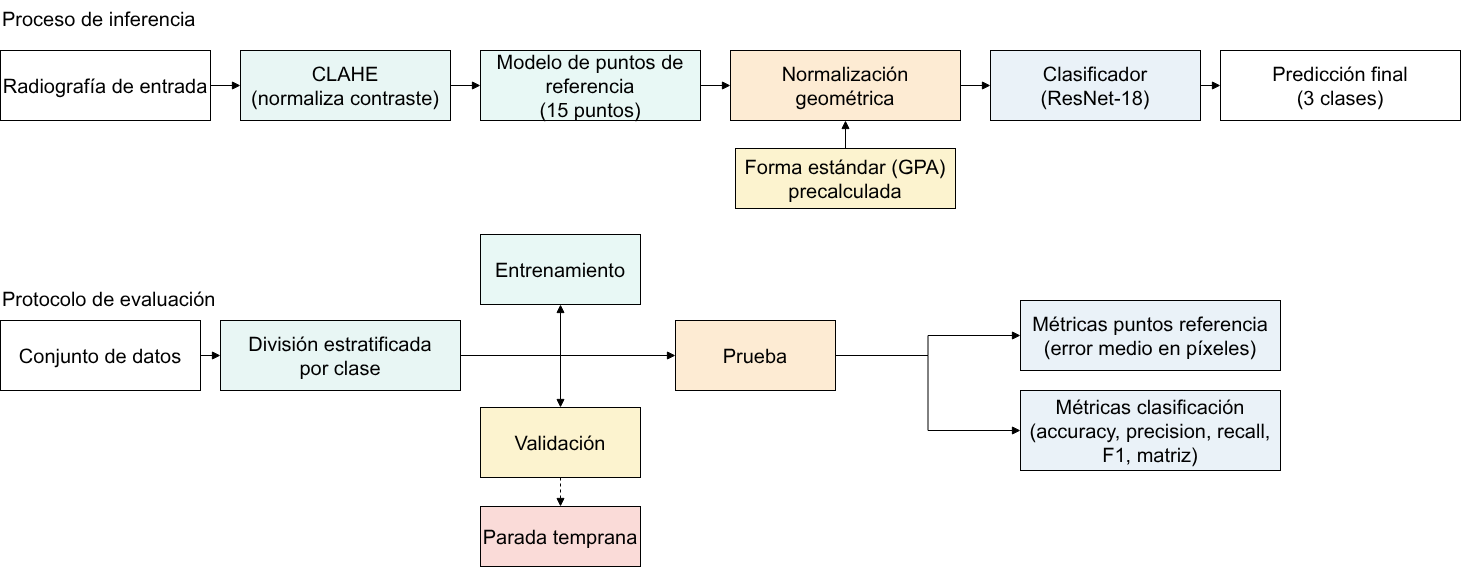
Above: docs/Tesis/Figures/F4.15_flujo_inferencia_evaluacion.png in Rhaink/prediccion_warping_clasificacion (draw.io), before the change. Source tidied: cells renumbered, new cells last; positions are measured from the earlier drawing's top-left corner, leaving out a move shared by most shapes.
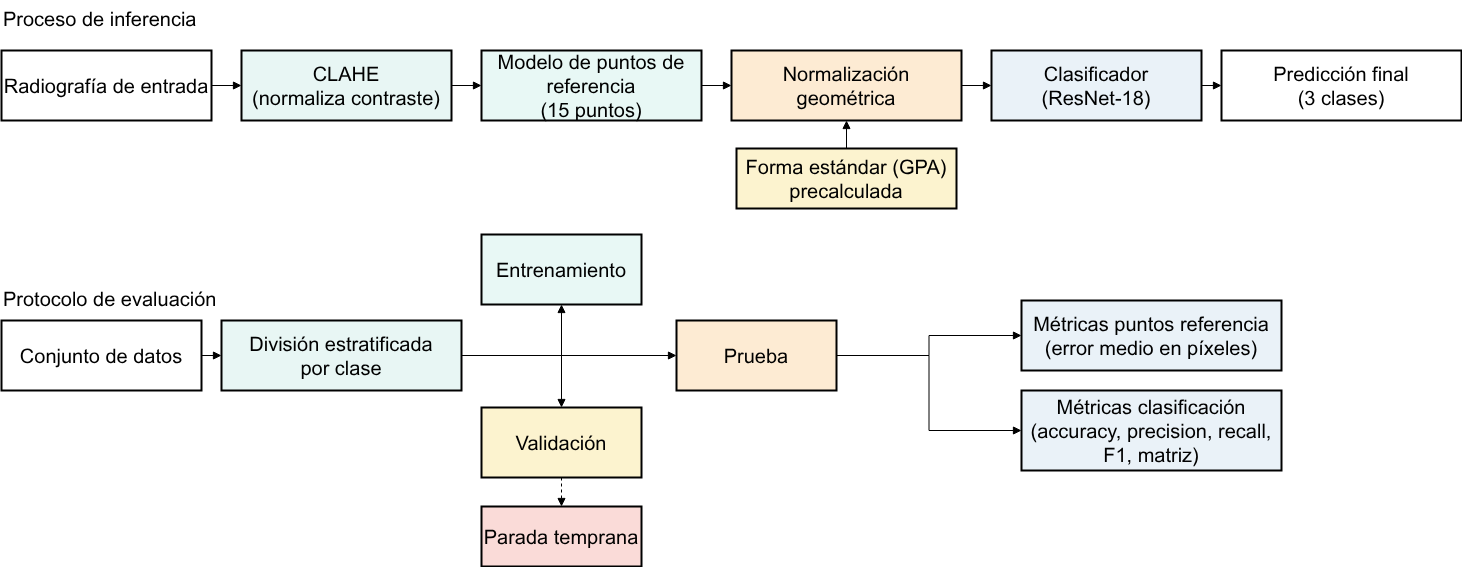
The same file after the commit.

What changed in the source:
```diff
@@ -5,52 +5,52 @@
     <mxCell id="2" value="&lt;font style=&quot;font-size: 20px;&quot;&gt;Proceso de inferencia&lt;/font&gt;" style="text;html=1;strokeColor=none;fillColor=none;" parent="1" vertex="1">
       <mxGeometry width="200" height="20" as="geometry" />
     </mxCell>
-    <mxCell id="3" value="&lt;font style=&quot;&quot;&gt;&lt;font style=&quot;font-size: 20px;&quot;&gt;Radiografía de entrada&lt;/font&gt;&lt;br&gt;&lt;/font&gt;" style="rounded=0;whiteSpace=wrap;html=1;strokeColor=#000000;fillColor=#FFFFFF;" parent="1" vertex="1">
+    <mxCell id="3" value="&lt;font style=&quot;&quot;&gt;&lt;font style=&quot;font-size: 20px;&quot;&gt;Radiografía de entrada&lt;/font&gt;&lt;br&gt;&lt;/font&gt;" style="rounded=0;whiteSpace=wrap;html=1;strokeColor=#000000;fillColor=#FFFFFF;strokeWidth=2;" parent="1" vertex="1">
       <mxGeometry y="50" width="210" height="70" as="geometry" />
     </mxCell>
-    <mxCell id="4" value="&lt;font style=&quot;font-size: 20px;&quot;&gt;CLAHE&lt;br&gt;(normaliza contraste)&lt;/font&gt;" style="rounded=0;whiteSpace=wrap;html=1;strokeColor=#000000;fillColor=#E8F6F4;" parent="1" vertex="1">
+    <mxCell id="4" value="&lt;font style=&quot;font-size: 20px;&quot;&gt;CLAHE&lt;br&gt;(normaliza contraste)&lt;/font&gt;" style="rounded=0;whiteSpace=wrap;html=1;strokeColor=#000000;fillColor=#E8F6F4;strokeWidth=2;" parent="1" vertex="1">
       <mxGeometry x="240" y="50" width="210" height="70" as="geometry" />
     </mxCell>
-    <mxCell id="5" value="&lt;font style=&quot;font-size: 20px;&quot;&gt;Modelo de puntos de referencia&lt;br&gt;(15 puntos)&lt;/font&gt;" style="rounded=0;whiteSpace=wrap;html=1;strokeColor=#000000;fillColor=#E8F8F5;" parent="1" vertex="1">
+    <mxCell id="5" value="&lt;font style=&quot;font-size: 20px;&quot;&gt;Modelo de puntos de referencia&lt;br&gt;(15 puntos)&lt;/font&gt;" style="rounded=0;whiteSpace=wrap;html=1;strokeColor=#000000;fillColor=#E8F8F5;strokeWidth=2;" parent="1" vertex="1">
       <mxGeometry x="480" y="50" width="220" height="70" as="geometry" />
     </mxCell>
-    <mxCell id="6" value="&lt;font style=&quot;&quot;&gt;&lt;font style=&quot;font-size: 20px;&quot;&gt;Normalización geométrica&lt;/font&gt;&lt;br&gt;&lt;/font&gt;" style="rounded=0;whiteSpace=wrap;html=1;strokeColor=#000000;fillColor=#FDEBD3;" parent="1" vertex="1">
+    <mxCell id="6" value="&lt;font style=&quot;&quot;&gt;&lt;font style=&quot;font-size: 20px;&quot;&gt;Normalización geométrica&lt;/font&gt;&lt;br&gt;&lt;/font&gt;" style="rounded=0;whiteSpace=wrap;html=1;strokeColor=#000000;fillColor=#FDEBD3;strokeWidth=2;" parent="1" vertex="1">
       <mxGeometry x="730" y="50" width="230" height="70" as="geometry" />
     </mxCell>
-    <mxCell id="7" value="&lt;font style=&quot;font-size: 20px;&quot;&gt;Clasificador&lt;br&gt;(ResNet-18)&lt;/font&gt;" style="rounded=0;whiteSpace=wrap;html=1;strokeColor=#000000;fillColor=#EAF2F8;" parent="1" vertex="1">
+    <mxCell id="7" value="&lt;font style=&quot;font-size: 20px;&quot;&gt;Clasificador&lt;br&gt;(ResNet-18)&lt;/font&gt;" style="rounded=0;whiteSpace=wrap;html=1;strokeColor=#000000;fillColor=#EAF2F8;strokeWidth=2;" parent="1" vertex="1">
       <mxGeometry x="990" y="50" width="210" height="70" as="geometry" />
     </mxCell>
-    <mxCell id="8" value="&lt;font style=&quot;font-size: 20px;&quot;&gt;Predicción final&lt;br&gt;(3 clases)&lt;/font&gt;" style="rounded=0;whiteSpace=wrap;html=1;strokeColor=#000000;fillColor=#FFFFFF;" parent="1" vertex="1">
+    <mxCell id="8" value="&lt;font style=&quot;font-size: 20px;&quot;&gt;Predicción final&lt;br&gt;(3 clases)&lt;/font&gt;" style="rounded=0;whiteSpace=wrap;html=1;strokeColor=#000000;fillColor=#FFFFFF;strokeWidth=2;" parent="1" vertex="1">
       <mxGeometry x="1220" y="50" width="240" height="70" as="geometry" />
     </mxCell>
-    <mxCell id="9" value="&lt;font style=&quot;font-size: 20px;&quot;&gt;Forma estándar (GPA)&lt;br&gt;precalculada&lt;/font&gt;" style="rounded=0;whiteSpace=wrap;html=1;strokeColor=#000000;fillColor=#FCF3CF;" parent="1" vertex="1">
+    <mxCell id="9" value="&lt;font style=&quot;font-size: 20px;&quot;&gt;Forma estándar (GPA)&lt;br&gt;precalculada&lt;/font&gt;" style="rounded=0;whiteSpace=wrap;html=1;strokeColor=#000000;fillColor=#FCF3CF;strokeWidth=2;" parent="1" vertex="1">
       <mxGeometry x="735" y="148" width="220" height="60" as="geometry" />
     </mxCell>
     <mxCell id="10" value="&lt;font style=&quot;font-size: 20px;&quot;&gt;Protocolo de evaluación&lt;/font&gt;" style="text;html=1;strokeColor=none;fillColor=none;" parent="1" vertex="1">
       <mxGeometry y="280" width="220" height="20" as="geometry" />
     </mxCell>
-    <mxCell id="11" value="&lt;font style=&quot;font-size: 20px;&quot;&gt;Conjunto de datos&lt;/font&gt;" style="rounded=0;whiteSpace=wrap;html=1;strokeColor=#000000;fillColor=#FFFFFF;" parent="1" vertex="1">
+    <mxCell id="11" value="&lt;font style=&quot;font-size: 20px;&quot;&gt;Conjunto de datos&lt;/font&gt;" style="rounded=0;whiteSpace=wrap;html=1;strokeColor=#000000;fillColor=#FFFFFF;strokeWidth=2;" parent="1" vertex="1">
       <mxGeometry y="320" width="200" height="70" as="geometry" />
     </mxCell>
-    <mxCell id="12" value="&lt;font style=&quot;font-size: 20px;&quot;&gt;División estratificada&lt;br&gt;por clase&lt;/font&gt;" style="rounded=0;whiteSpace=wrap;html=1;strokeColor=#000000;fillColor=#E8F6F4;" parent="1" vertex="1">
+    <mxCell id="12" value="&lt;font style=&quot;font-size: 20px;&quot;&gt;División estratificada&lt;br&gt;por clase&lt;/font&gt;" style="rounded=0;whiteSpace=wrap;html=1;strokeColor=#000000;fillColor=#E8F6F4;strokeWidth=2;" parent="1" vertex="1">
       <mxGeometry x="220" y="320" width="240" height="70" as="geometry" />
     </mxCell>
-    <mxCell id="13" value="&lt;font style=&quot;font-size: 20px;&quot;&gt;Entrenamiento&lt;/font&gt;" style="rounded=0;whiteSpace=wrap;html=1;strokeColor=#000000;fillColor=#E8F8F5;" parent="1" vertex="1">
+    <mxCell id="13" value="&lt;font style=&quot;font-size: 20px;&quot;&gt;Entrenamiento&lt;/font&gt;" style="rounded=0;whiteSpace=wrap;html=1;strokeColor=#000000;fillColor=#E8F8F5;strokeWidth=2;" parent="1" vertex="1">
       <mxGeometry x="480" y="234" width="160" height="70" as="geometry" />
     </mxCell>
-    <mxCell id="14" value="&lt;font style=&quot;font-size: 20px;&quot;&gt;Validación&lt;/font&gt;" style="rounded=0;whiteSpace=wrap;html=1;strokeColor=#000000;fillColor=#FCF3CF;" parent="1" vertex="1">
+    <mxCell id="14" value="&lt;font style=&quot;font-size: 20px;&quot;&gt;Validación&lt;/font&gt;" style="rounded=0;whiteSpace=wrap;html=1;strokeColor=#000000;fillColor=#FCF3CF;strokeWidth=2;" parent="1" vertex="1">
       <mxGeometry x="480" y="407" width="160" height="70" as="geometry" />
     </mxCell>
-    <mxCell id="15" value="&lt;font style=&quot;font-size: 20px;&quot;&gt;Prueba&lt;/font&gt;" style="rounded=0;whiteSpace=wrap;html=1;strokeColor=#000000;fillColor=#FDEBD3;" parent="1" vertex="1">
+    <mxCell id="15" value="&lt;font style=&quot;font-size: 20px;&quot;&gt;Prueba&lt;/font&gt;" style="rounded=0;whiteSpace=wrap;html=1;strokeColor=#000000;fillColor=#FDEBD3;strokeWidth=2;" parent="1" vertex="1">
       <mxGeometry x="675" y="320" width="160" height="70" as="geometry" />
     </mxCell>
-    <mxCell id="16" value="&lt;font style=&quot;font-size: 20px;&quot;&gt;Parada temprana&lt;/font&gt;" style="rounded=0;whiteSpace=wrap;html=1;strokeColor=#000000;fillColor=#FADBD8;" parent="1" vertex="1">
+    <mxCell id="16" value="&lt;font style=&quot;font-size: 20px;&quot;&gt;Parada temprana&lt;/font&gt;" style="rounded=0;whiteSpace=wrap;html=1;strokeColor=#000000;fillColor=#FADBD8;strokeWidth=2;" parent="1" vertex="1">
       <mxGeometry x="480" y="506" width="160" height="60" as="geometry" />
     </mxCell>
-    <mxCell id="17" value="&lt;font style=&quot;font-size: 20px;&quot;&gt;Métricas puntos referencia&lt;br&gt;(error medio en píxeles)&lt;/font&gt;" style="rounded=0;whiteSpace=wrap;html=1;strokeColor=#000000;fillColor=#EAF2F8;" parent="1" vertex="1">
+    <mxCell id="17" value="&lt;font style=&quot;font-size: 20px;&quot;&gt;Métricas puntos referencia&lt;br&gt;(error medio en píxeles)&lt;/font&gt;" style="rounded=0;whiteSpace=wrap;html=1;strokeColor=#000000;fillColor=#EAF2F8;strokeWidth=2;" parent="1" vertex="1">
       <mxGeometry x="1020" y="300" width="260" height="70" as="geometry" />
     </mxCell>
-    <mxCell id="18" value="&lt;font style=&quot;font-size: 20px;&quot;&gt;Métricas clasificación&lt;br&gt;(accuracy, precision, recall,&lt;br&gt;F1, matriz)&lt;/font&gt;" style="rounded=0;whiteSpace=wrap;html=1;strokeColor=#000000;fillColor=#EAF2F8;" parent="1" vertex="1">
+    <mxCell id="18" value="&lt;font style=&quot;font-size: 20px;&quot;&gt;Métricas clasificación&lt;br&gt;(accuracy, precision, recall,&lt;br&gt;F1, matriz)&lt;/font&gt;" style="rounded=0;whiteSpace=wrap;html=1;strokeColor=#000000;fillColor=#EAF2F8;strokeWidth=2;" parent="1" vertex="1">
       <mxGeometry x="1020" y="390" width="260" height="80" as="geometry" />
     </mxCell>
     <mxCell id="19" style="edgeStyle=orthogonalEdgeStyle;rounded=0;endArrow=block;endFill=1;strokeColor=#000000;" parent="1" edge="1" source="3" target="4">
```
